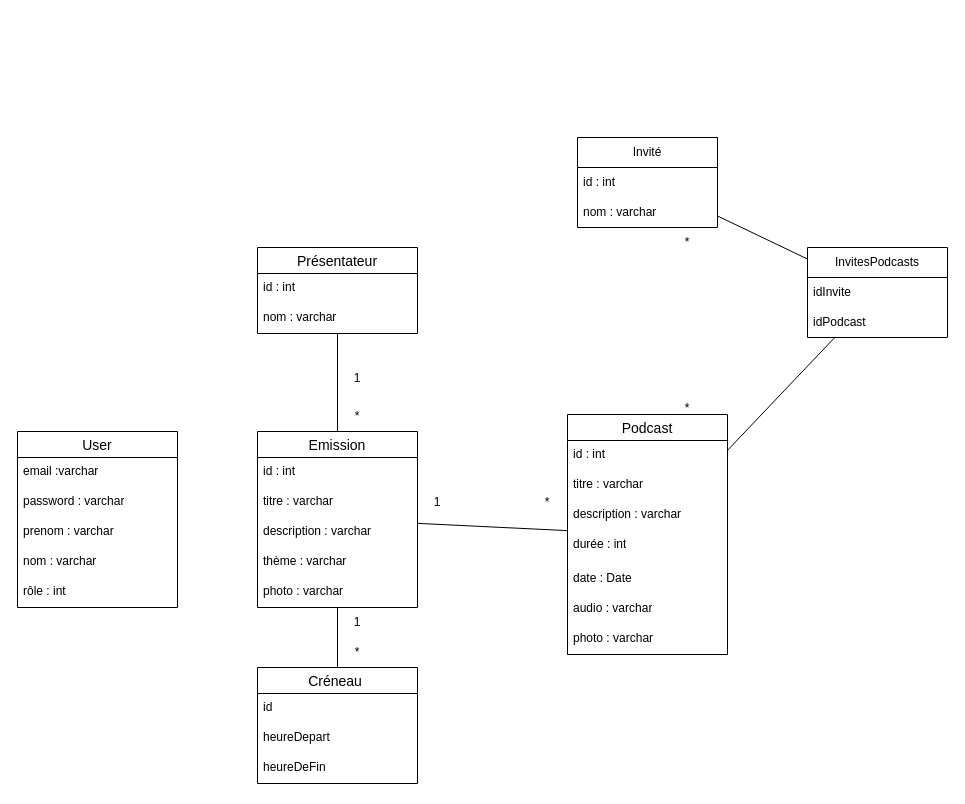
Before: conception/ModeleConception.drawio in Hollowone1/NetRadio, a draw.io diagram. Source tidied: cells renumbered, new cells numbered last; positions are measured from the earlier drawing's top-left corner, leaving out a move shared by most shapes. Both pictures are drawn from the tidied source at 100%, with x=0, y=0 at pixel (17, 137).
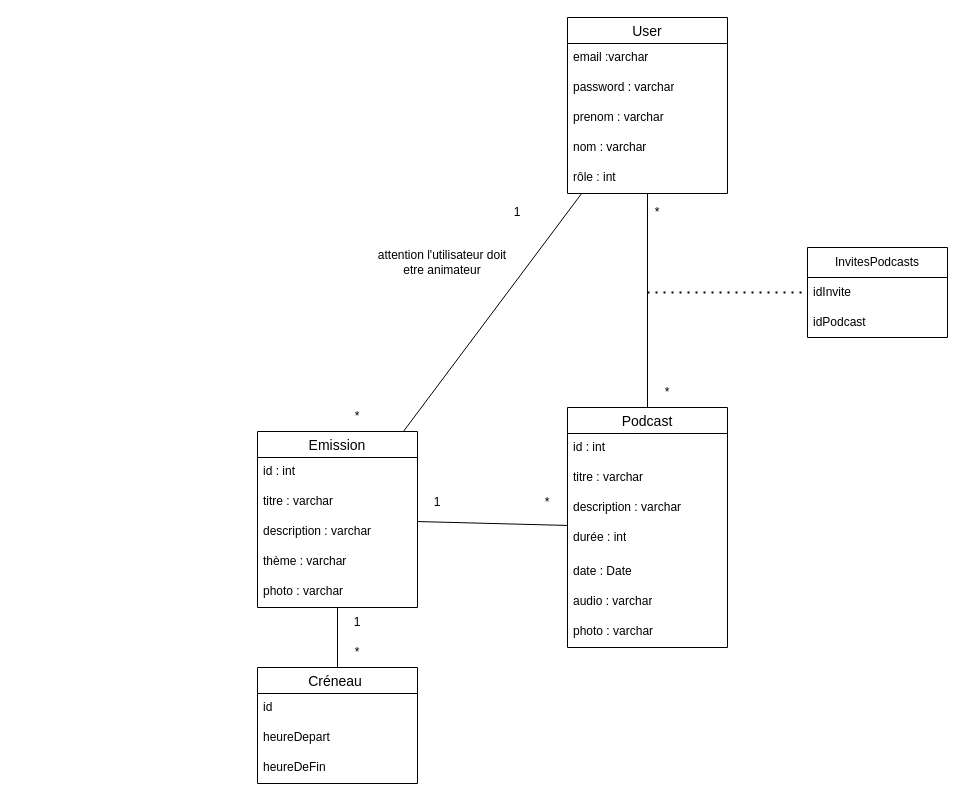
Above is the later version.

Unchanged cells that the change refers to:
```xml
<mxCell id="2" value="Emission" style="swimlane;fontStyle=0;horizontal=1;startSize=26;align=center;fontSize=14;" parent="1" vertex="1">
  <mxGeometry x="240" y="294" width="160" height="176" as="geometry" />
</mxCell>
<mxCell id="43" value="InvitesPodcasts" style="swimlane;fontStyle=0;horizontal=1;startSize=30;whiteSpace=wrap;html=1;" parent="1" vertex="1">
  <mxGeometry x="790" y="110" width="140" height="90" as="geometry" />
</mxCell>
```

What changed in the source:
```diff
@@
     <mxCell id="8" value="Podcast" style="swimlane;fontStyle=0;horizontal=1;startSize=26;align=center;fontSize=14;" parent="1" vertex="1">
-      <mxGeometry x="550" y="277" width="160" height="240" as="geometry" />
+      <mxGeometry x="550" y="270" width="160" height="240" as="geometry" />
     </mxCell>
@@
-    <mxCell id="16" value="Présentateur" style="swimlane;fontStyle=0;horizontal=1;startSize=26;align=center;fontSize=14;" parent="1" vertex="1">
-      <mxGeometry x="240" y="110" width="160" height="86" as="geometry" />
-    </mxCell>
-    <mxCell id="17" value="id : int" style="text;strokeColor=none;fillColor=none;spacingLeft=4;spacingRight=4;overflow=hidden;fontSize=12;whiteSpace=wrap;html=1;" parent="16" vertex="1">
-      <mxGeometry y="26" width="160" height="30" as="geometry" />
-    </mxCell>
-    <mxCell id="18" value="nom : varchar" style="text;strokeColor=none;fillColor=none;spacingLeft=4;spacingRight=4;overflow=hidden;fontSize=12;whiteSpace=wrap;html=1;" parent="16" vertex="1">
-      <mxGeometry y="56" width="160" height="30" as="geometry" />
-    </mxCell>
@@
     <mxCell id="23" value="User" style="swimlane;fontStyle=0;horizontal=1;startSize=26;align=center;fontSize=14;" parent="1" vertex="1">
-      <mxGeometry y="294" width="160" height="176" as="geometry" />
+      <mxGeometry x="550" y="-120" width="160" height="176" as="geometry" />
     </mxCell>
@@
-    <mxCell id="35" style="endArrow=none;html=1;rounded=0;" parent="1" edge="1" source="2" target="16">
+    <mxCell id="35" style="endArrow=none;html=1;rounded=0;" parent="1" edge="1" source="2" target="23">
       <mxGeometry relative="1" as="geometry" />
     </mxCell>
     <mxCell id="36" value="1" style="text;html=1;strokeColor=none;fillColor=none;align=center;verticalAlign=middle;whiteSpace=wrap;rounded=0;" parent="1" vertex="1">
-      <mxGeometry x="310" y="226" width="60" height="30" as="geometry" />
+      <mxGeometry x="470" y="60" width="60" height="30" as="geometry" />
     </mxCell>
@@
-    <mxCell id="38" value="Invité" style="swimlane;fontStyle=0;horizontal=1;startSize=30;whiteSpace=wrap;html=1;" parent="1" vertex="1">
-      <mxGeometry x="560" width="140" height="90" as="geometry" />
-    </mxCell>
-    <mxCell id="39" value="id : int" style="text;strokeColor=none;fillColor=none;align=left;verticalAlign=middle;spacingLeft=4;spacingRight=4;overflow=hidden;whiteSpace=wrap;html=1;" parent="38" vertex="1">
-      <mxGeometry y="30" width="140" height="30" as="geometry" />
-    </mxCell>
-    <mxCell id="40" value="nom : varchar" style="text;strokeColor=none;fillColor=none;align=left;verticalAlign=middle;spacingLeft=4;spacingRight=4;overflow=hidden;whiteSpace=wrap;html=1;" parent="38" vertex="1">
-      <mxGeometry y="60" width="140" height="30" as="geometry" />
-    </mxCell>
-    <mxCell id="41" style="endArrow=none;html=1;rounded=0;" parent="1" edge="1" source="8" target="43">
-      <mxGeometry relative="1" as="geometry" />
-    </mxCell>
     <mxCell id="42" value="*" style="text;html=1;strokeColor=none;fillColor=none;align=center;verticalAlign=middle;whiteSpace=wrap;rounded=0;" parent="1" vertex="1">
-      <mxGeometry x="640" y="256" width="60" height="30" as="geometry" />
+      <mxGeometry x="620" y="240" width="60" height="30" as="geometry" />
     </mxCell>
@@
-    <mxCell id="46" style="endArrow=none;html=1;rounded=0;" parent="1" edge="1" source="43" target="38">
+    <mxCell id="46" style="endArrow=none;html=1;rounded=0;" parent="1" edge="1" source="8" target="23">
       <mxGeometry relative="1" as="geometry" />
     </mxCell>
     <mxCell id="47" value="*" style="text;html=1;strokeColor=none;fillColor=none;align=center;verticalAlign=middle;whiteSpace=wrap;rounded=0;" parent="1" vertex="1">
-      <mxGeometry x="640" y="90" width="60" height="30" as="geometry" />
+      <mxGeometry x="610" y="60" width="60" height="30" as="geometry" />
     </mxCell>
+    <mxCell id="48" value="attention l'utilisateur doit etre animateur " style="text;html=1;strokeColor=none;fillColor=none;align=center;verticalAlign=middle;whiteSpace=wrap;rounded=0;" parent="1" vertex="1">
+      <mxGeometry x="350" y="110" width="150" height="30" as="geometry" />
+    </mxCell>
+    <mxCell id="49" style="endArrow=none;dashed=1;html=1;dashPattern=1 3;strokeWidth=2;rounded=0;" parent="1" edge="1" target="43">
+      <mxGeometry relative="1" as="geometry">
+        <mxPoint x="630" y="155" as="sourcePoint" />
+      </mxGeometry>
+    </mxCell>
```
